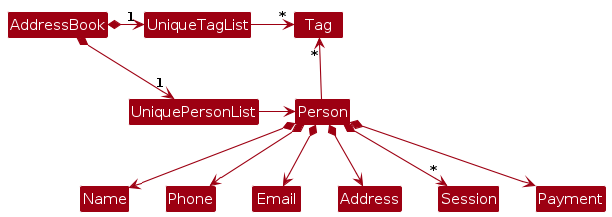
AY2526S1-CS2103-F12-4/tp keeps this PlantUML diagram as diagrams/BetterModelClassDiagram.png. Above is the earlier version. Its source is kept beside it as diagrams/BetterModelClassDiagram.puml. Source of this version:
```plantuml
@startuml
!include style.puml
skinparam arrowThickness 1.1
skinparam arrowColor MODEL_COLOR
skinparam classBackgroundColor MODEL_COLOR

AddressBook *-right-> "1" UniquePersonList
AddressBook *-right-> "1" UniqueTagList
UniqueTagList -[hidden]down- UniquePersonList
UniqueTagList -[hidden]down- UniquePersonList

UniqueTagList -right-> "*" Tag
UniquePersonList -right-> Person

Person -up-> "*" Tag

Person *--> Name
Person *--> Phone
Person *--> Email
Person *--> Address
Person *--> "*" Session
Person *--> Payment
@enduml
```
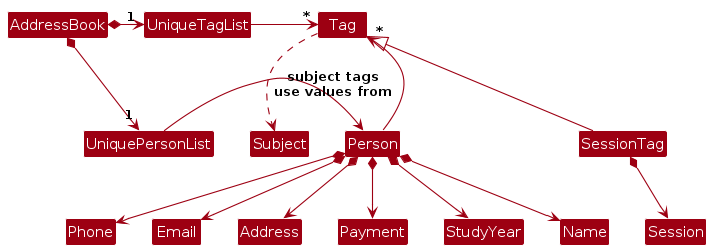
After the change.

Change to the diagram source:
```diff
@@ -18,6 +18,31 @@
 Person *--> Phone
 Person *--> Email
 Person *--> Address
-Person *--> "*" Session
 Person *--> Payment
+Person *--> StudyYear
+
+Tag <|-- SessionTag
+SessionTag *--> Session
+
+enum Subject {
+    MATH
+    ENG
+    SCI
+    PHY
+    CHEM
+    BIO
+    HIST
+    GEOG
+    LIT
+    CHI
+    MALAY
+    TAMIL
+    POA
+    ECONS
+    ART
+    MUSIC
+    COMSCI
+}
+
+Tag ..> Subject : "subject tags\nuse values from"
 @enduml
```
